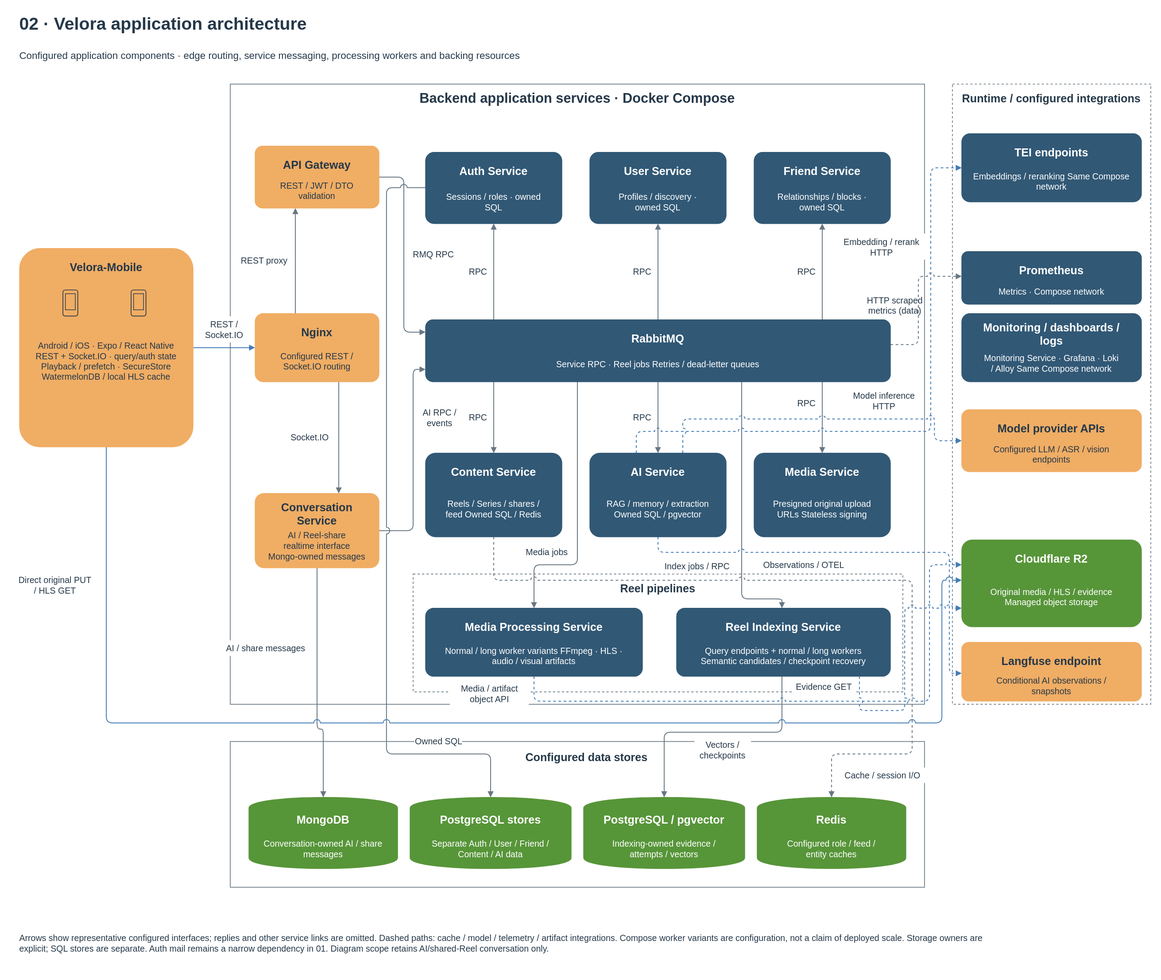
This is docs/diagrams/velora-current/importable-svg/02-application-architecture.drawio.svg from HieuCuteDangYeu/velora-backend, a draw.io export, as it was before one commit. Source tidied: cells renumbered, new cells last; positions are measured from the earlier drawing's top-left corner, leaving out a move shared by most shapes.
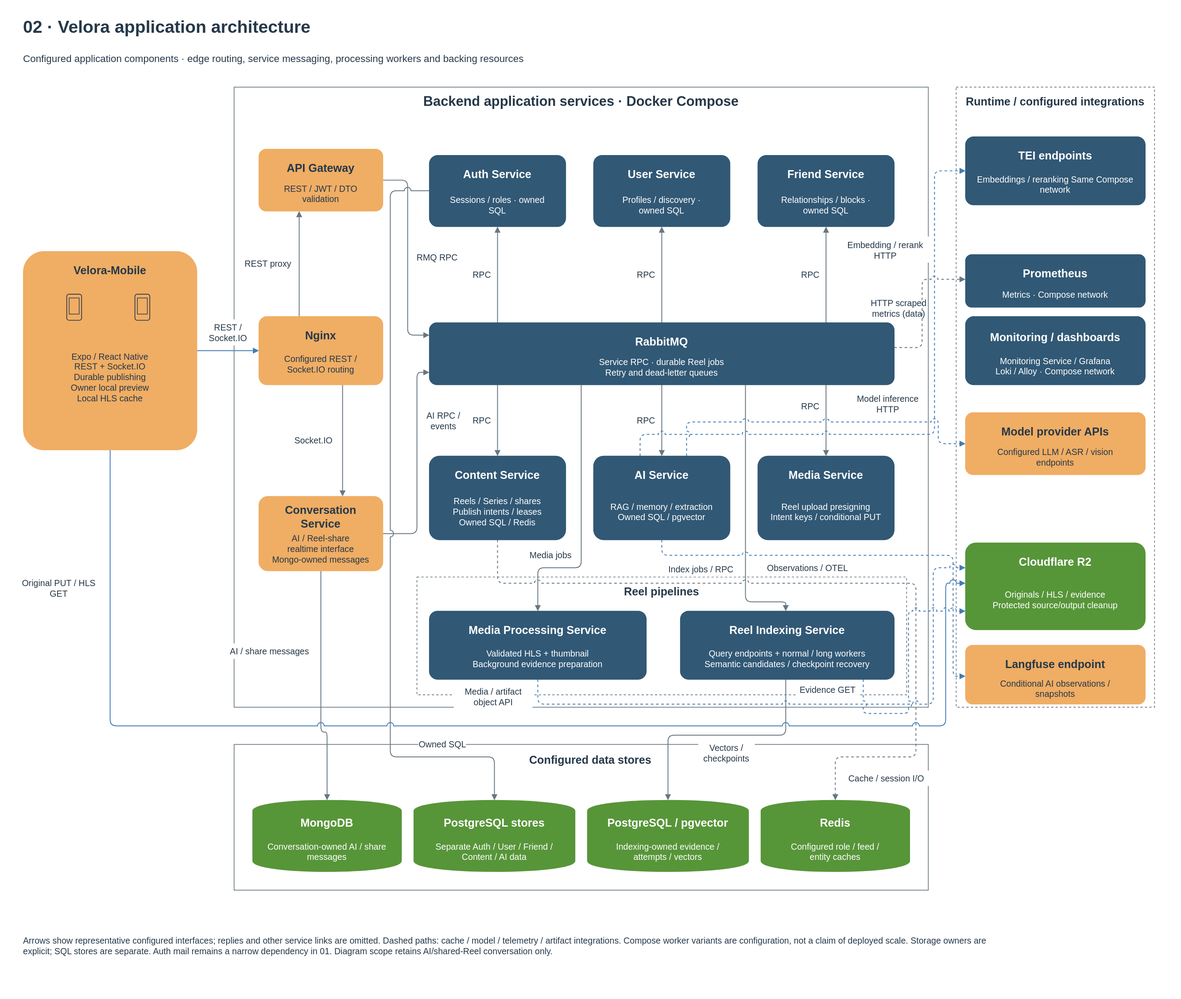
Later version of the same file.

What changed in the source:
```diff
@@ -197,8 +197,8 @@
     <mxCell id="38" value="Velora-Mobile" style="text;html=1;whiteSpace=wrap;fontFamily=Arial;fontSize=18;fontColor=#253849;fontStyle=1;align=center;verticalAlign=middle;spacing=0;strokeColor=none;fillColor=none;" parent="37" vertex="1">
       <mxGeometry x="14" y="12" width="252" height="38" as="geometry" />
     </mxCell>
-    <mxCell id="39" value="Android / iOS · Expo / React Native&lt;br&gt;REST + Socket.IO · query/auth state&lt;br&gt;Playback / prefetch · SecureStore&lt;br&gt;WatermelonDB / local HLS cache" style="text;html=1;whiteSpace=wrap;fontFamily=Arial;fontSize=14;fontColor=#253849;fontStyle=0;align=center;verticalAlign=middle;spacing=0;strokeColor=none;fillColor=none;" parent="37" vertex="1">
-      <mxGeometry x="14" y="53" width="252" height="258" as="geometry" />
+    <mxCell id="39" value="Expo / React Native&lt;br&gt;REST + Socket.IO&lt;br&gt;Durable publishing&lt;br&gt;Owner local preview&lt;br&gt;Local HLS cache" style="text;html=1;whiteSpace=wrap;fontFamily=Arial;fontSize=14;fontColor=#253849;fontStyle=0;align=center;verticalAlign=middle;spacing=0;strokeColor=none;fillColor=none;" parent="37" vertex="1">
+      <mxGeometry x="14" y="120" width="252" height="165" as="geometry" />
     </mxCell>
     <mxCell id="40" style="rounded=1;arcSize=12;fillColor=#f0ad64;strokeColor=#f0ad64;" parent="1" vertex="1">
       <mxGeometry x="397" y="490" width="200" height="110" as="geometry" />
@@ -233,7 +233,7 @@
     <mxCell id="50" value="RabbitMQ" style="text;html=1;whiteSpace=wrap;fontFamily=Arial;fontSize=18;fontColor=#ffffff;fontStyle=1;align=center;verticalAlign=middle;spacing=0;strokeColor=none;fillColor=none;" parent="49" vertex="1">
       <mxGeometry x="14" y="12" width="722" height="38" as="geometry" />
     </mxCell>
-    <mxCell id="51" value="Service RPC · Reel jobs Retries / dead-letter queues" style="text;html=1;whiteSpace=wrap;fontFamily=Arial;fontSize=14;fontColor=#ffffff;fontStyle=0;align=center;verticalAlign=middle;spacing=0;strokeColor=none;fillColor=none;" parent="49" vertex="1">
+    <mxCell id="51" value="Service RPC · durable Reel jobs&lt;br&gt;Retry and dead-letter queues" style="text;html=1;whiteSpace=wrap;fontFamily=Arial;fontSize=14;fontColor=#ffffff;fontStyle=0;align=center;verticalAlign=middle;spacing=0;strokeColor=none;fillColor=none;" parent="49" vertex="1">
       <mxGeometry x="14" y="53" width="722" height="38" as="geometry" />
     </mxCell>
     <mxCell id="52" style="rounded=1;arcSize=12;fillColor=#315875;strokeColor=#315875;" parent="1" vertex="1">
@@ -269,7 +269,7 @@
     <mxCell id="62" value="Content Service" style="text;html=1;whiteSpace=wrap;fontFamily=Arial;fontSize=18;fontColor=#ffffff;fontStyle=1;align=center;verticalAlign=middle;spacing=0;strokeColor=none;fillColor=none;" parent="61" vertex="1">
       <mxGeometry x="14" y="12" width="192" height="38" as="geometry" />
     </mxCell>
-    <mxCell id="63" value="Reels / Series / shares /&lt;br&gt;feed Owned SQL / Redis" style="text;html=1;whiteSpace=wrap;fontFamily=Arial;fontSize=14;fontColor=#ffffff;fontStyle=0;align=center;verticalAlign=middle;spacing=0;strokeColor=none;fillColor=none;" parent="61" vertex="1">
+    <mxCell id="63" value="Reels / Series / shares&lt;br&gt;Publish intents / leases&lt;br&gt;Owned SQL / Redis" style="text;html=1;whiteSpace=wrap;fontFamily=Arial;fontSize=14;fontColor=#ffffff;fontStyle=0;align=center;verticalAlign=middle;spacing=0;strokeColor=none;fillColor=none;" parent="61" vertex="1">
       <mxGeometry x="14" y="53" width="192" height="73" as="geometry" />
     </mxCell>
     <mxCell id="64" style="rounded=1;arcSize=12;fillColor=#315875;strokeColor=#315875;" parent="1" vertex="1">
@@ -287,7 +287,7 @@
     <mxCell id="68" value="Media Service" style="text;html=1;whiteSpace=wrap;fontFamily=Arial;fontSize=18;fontColor=#ffffff;fontStyle=1;align=center;verticalAlign=middle;spacing=0;strokeColor=none;fillColor=none;" parent="67" vertex="1">
       <mxGeometry x="14" y="12" width="192" height="38" as="geometry" />
     </mxCell>
-    <mxCell id="69" value="Presigned original upload&lt;br&gt;URLs Stateless signing" style="text;html=1;whiteSpace=wrap;fontFamily=Arial;fontSize=14;fontColor=#ffffff;fontStyle=0;align=center;verticalAlign=middle;spacing=0;strokeColor=none;fillColor=none;" parent="67" vertex="1">
+    <mxCell id="69" value="Reel upload presigning&lt;br&gt;Intent keys / conditional PUT" style="text;html=1;whiteSpace=wrap;fontFamily=Arial;fontSize=14;fontColor=#ffffff;fontStyle=0;align=center;verticalAlign=middle;spacing=0;strokeColor=none;fillColor=none;" parent="67" vertex="1">
       <mxGeometry x="14" y="53" width="192" height="73" as="geometry" />
     </mxCell>
     <mxCell id="70" style="rounded=1;arcSize=12;fillColor=#315875;strokeColor=#315875;" parent="1" vertex="1">
@@ -296,7 +296,7 @@
     <mxCell id="71" value="Media Processing Service" style="text;html=1;whiteSpace=wrap;fontFamily=Arial;fontSize=18;fontColor=#ffffff;fontStyle=1;align=center;verticalAlign=middle;spacing=0;strokeColor=none;fillColor=none;" parent="70" vertex="1">
       <mxGeometry x="14" y="12" width="322" height="38" as="geometry" />
     </mxCell>
-    <mxCell id="72" value="Normal / long worker variants FFmpeg · HLS ·&lt;br&gt;audio / visual artifacts" style="text;html=1;whiteSpace=wrap;fontFamily=Arial;fontSize=14;fontColor=#ffffff;fontStyle=0;align=center;verticalAlign=middle;spacing=0;strokeColor=none;fillColor=none;" parent="70" vertex="1">
+    <mxCell id="72" value="Validated HLS + thumbnail&lt;br&gt;Background evidence preparation" style="text;html=1;whiteSpace=wrap;fontFamily=Arial;fontSize=14;fontColor=#ffffff;fontStyle=0;align=center;verticalAlign=middle;spacing=0;strokeColor=none;fillColor=none;" parent="70" vertex="1">
       <mxGeometry x="14" y="53" width="322" height="48" as="geometry" />
     </mxCell>
     <mxCell id="73" style="rounded=1;arcSize=12;fillColor=#315875;strokeColor=#315875;" parent="1" vertex="1">
@@ -329,10 +329,10 @@
     <mxCell id="82" style="rounded=1;arcSize=12;fillColor=#315875;strokeColor=#315875;" parent="1" vertex="1">
       <mxGeometry x="1537" y="490" width="290" height="110" as="geometry" />
     </mxCell>
-    <mxCell id="83" value="Monitoring / dashboards /&lt;br&gt;logs" style="text;html=1;whiteSpace=wrap;fontFamily=Arial;fontSize=18;fontColor=#ffffff;fontStyle=1;align=center;verticalAlign=middle;spacing=0;strokeColor=none;fillColor=none;" parent="82" vertex="1">
+    <mxCell id="83" value="Monitoring / dashboards" style="text;html=1;whiteSpace=wrap;fontFamily=Arial;fontSize=18;fontColor=#ffffff;fontStyle=1;align=center;verticalAlign=middle;spacing=0;strokeColor=none;fillColor=none;" parent="82" vertex="1">
       <mxGeometry x="14" y="12" width="262" height="44" as="geometry" />
     </mxCell>
-    <mxCell id="84" value="Monitoring Service · Grafana · Loki&lt;br&gt;/ Alloy Same Compose network" style="text;html=1;whiteSpace=wrap;fontFamily=Arial;fontSize=14;fontColor=#ffffff;fontStyle=0;align=center;verticalAlign=middle;spacing=0;strokeColor=none;fillColor=none;" parent="82" vertex="1">
+    <mxCell id="84" value="Monitoring Service / Grafana&lt;br&gt;Loki / Alloy · Compose network" style="text;html=1;whiteSpace=wrap;fontFamily=Arial;fontSize=14;fontColor=#ffffff;fontStyle=0;align=center;verticalAlign=middle;spacing=0;strokeColor=none;fillColor=none;" parent="82" vertex="1">
       <mxGeometry x="14" y="59" width="262" height="42" as="geometry" />
     </mxCell>
     <mxCell id="85" style="rounded=1;arcSize=12;fillColor=#f0ad64;strokeColor=#f0ad64;" parent="1" vertex="1">
@@ -350,7 +350,7 @@
     <mxCell id="89" value="Cloudflare R2" style="text;html=1;whiteSpace=wrap;fontFamily=Arial;fontSize=18;fontColor=#ffffff;fontStyle=1;align=center;verticalAlign=middle;spacing=0;strokeColor=none;fillColor=none;" parent="88" vertex="1">
       <mxGeometry x="14" y="12" width="262" height="38" as="geometry" />
     </mxCell>
-    <mxCell id="90" value="Original media / HLS / evidence&lt;br&gt;Managed object storage" style="text;html=1;whiteSpace=wrap;fontFamily=Arial;fontSize=14;fontColor=#ffffff;fontStyle=0;align=center;verticalAlign=middle;spacing=0;strokeColor=none;fillColor=none;" parent="88" vertex="1">
+    <mxCell id="90" value="Originals / HLS / evidence&lt;br&gt;Protected source/output cleanup" style="text;html=1;whiteSpace=wrap;fontFamily=Arial;fontSize=14;fontColor=#ffffff;fontStyle=0;align=center;verticalAlign=middle;spacing=0;strokeColor=none;fillColor=none;" parent="88" vertex="1">
       <mxGeometry x="14" y="53" width="262" height="78" as="geometry" />
     </mxCell>
     <mxCell id="91" style="rounded=1;arcSize=12;fillColor=#f0ad64;strokeColor=#f0ad64;" parent="1" vertex="1">
@@ -399,16 +399,16 @@
       <mxGeometry x="14" y="59" width="212" height="47" as="geometry" />
     </mxCell>
     <mxCell id="106" style="rounded=1;fillColor=none;strokeColor=#253849;strokeWidth=1.2;" parent="37" vertex="1">
-      <mxGeometry x="70" y="67" width="24" height="42" as="geometry" />
+      <mxGeometry x="70" y="69" width="24" height="42" as="geometry" />
     </mxCell>
     <mxCell id="107" style="fillColor=none;strokeColor=#253849;" parent="37" vertex="1">
-      <mxGeometry x="74" y="73" width="16" height="26" as="geometry" />
+      <mxGeometry x="74" y="75" width="16" height="26" as="geometry" />
     </mxCell>
     <mxCell id="108" style="rounded=1;fillColor=none;strokeColor=#253849;strokeWidth=1.2;" parent="37" vertex="1">
-      <mxGeometry x="180" y="67" width="24" height="42" as="geometry" />
+      <mxGeometry x="180" y="69" width="24" height="42" as="geometry" />
     </mxCell>
     <mxCell id="109" style="fillColor=none;strokeColor=#253849;" parent="37" vertex="1">
-      <mxGeometry x="184" y="73" width="16" height="26" as="geometry" />
+      <mxGeometry x="184" y="75" width="16" height="26" as="geometry" />
     </mxCell>
     <mxCell id="110" style="fillColor=#ffffff;strokeColor=none;" parent="1" vertex="1">
       <mxGeometry x="308.6" y="495" width="76.8" height="42" as="geometry" />
@@ -551,7 +551,7 @@
     <mxCell id="156" style="fillColor=#ffffff;strokeColor=none;" parent="1" vertex="1">
       <mxGeometry x="0.2" y="906.5" width="148.8" height="42" as="geometry" />
     </mxCell>
-    <mxCell id="157" value="Direct original PUT&lt;br&gt;/ HLS GET" style="text;html=1;whiteSpace=wrap;fontFamily=Arial;fontSize=14;fontColor=#253849;fontStyle=0;align=center;verticalAlign=middle;spacing=0;strokeColor=none;fillColor=none;" parent="1" vertex="1">
+    <mxCell id="157" value="Original PUT / HLS GET" style="text;html=1;whiteSpace=wrap;fontFamily=Arial;fontSize=14;fontColor=#253849;fontStyle=0;align=center;verticalAlign=middle;spacing=0;strokeColor=none;fillColor=none;" parent="1" vertex="1">
       <mxGeometry x="0.2" y="906.5" width="148.8" height="42" as="geometry" />
     </mxCell>
     <mxCell id="158" value="Arrows show representative configured interfaces; replies and other service links are omitted. Dashed paths: cache / model / telemetry / artifact integrations. Compose worker variants are configuration, not a claim of deployed scale. Storage owners are&lt;br&gt;explicit; SQL stores are separate. Auth mail remains a narrow dependency in 01. Diagram scope retains AI/shared-Reel conversation only." style="text;html=1;whiteSpace=wrap;fontFamily=Arial;fontSize=14;fontColor=#253849;fontStyle=0;align=left;verticalAlign=middle;spacing=0;strokeColor=none;fillColor=none;" parent="1" vertex="1">
```
